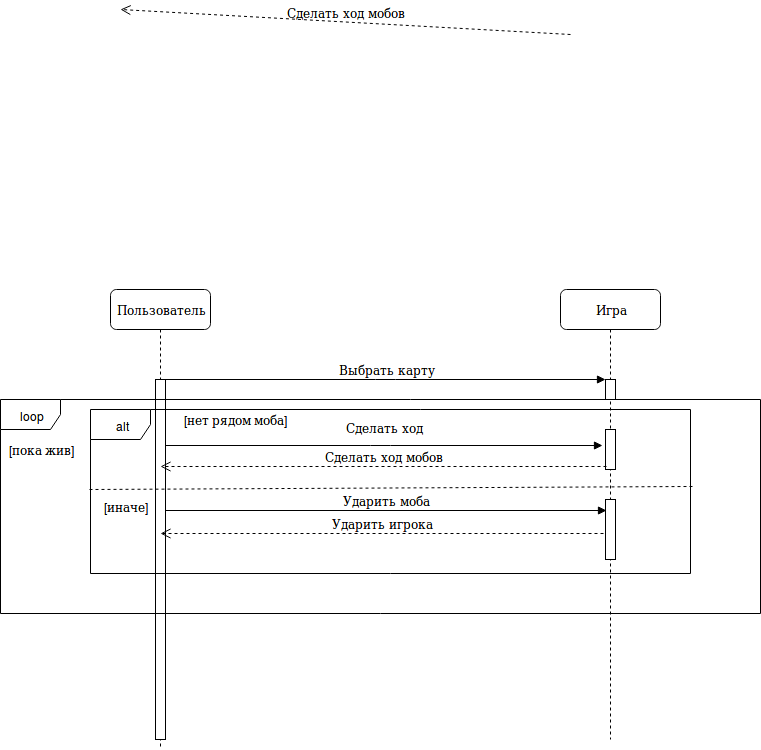
This is hw06/SequenceDiagram.png from RamSaw/SoftwareDesign, a draw.io export, as it was before one commit. Source tidied: cells renumbered, new cells last; positions are measured from the earlier drawing's top-left corner, leaving out a move shared by most shapes.
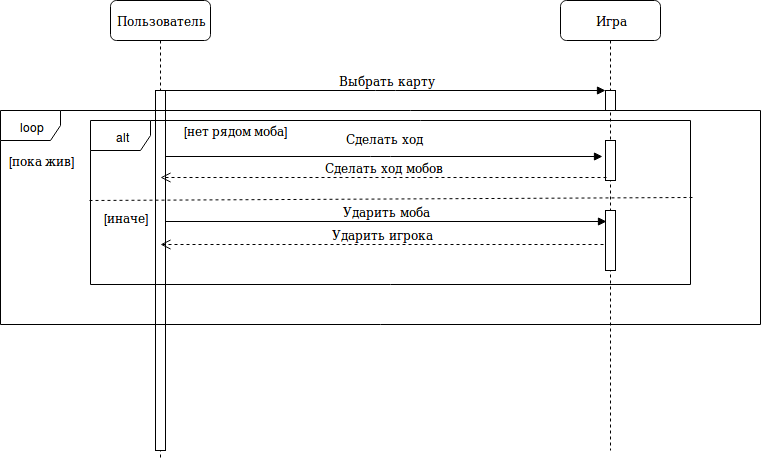
After the commit.

The edit, as a diff of the source:
```diff
@@ -23,12 +23,6 @@
     <mxCell id="8" value="Выбрать карту" style="html=1;verticalAlign=bottom;endArrow=block;entryX=0;entryY=0;labelBackgroundColor=none;fontFamily=Verdana;fontSize=12;edgeStyle=elbowEdgeStyle;elbow=vertical;" parent="1" edge="1" source="7" target="3">
       <mxGeometry relative="1" as="geometry" />
     </mxCell>
-    <mxCell id="9" value="Сделать ход мобов" style="html=1;verticalAlign=bottom;endArrow=open;dashed=1;endSize=8;labelBackgroundColor=none;fontFamily=Verdana;fontSize=12;exitX=0.5;exitY=0.85;exitDx=0;exitDy=0;exitPerimeter=0;" parent="1" edge="1">
-      <mxGeometry relative="1" as="geometry">
-        <mxPoint x="570" y="25" as="sourcePoint" />
-        <mxPoint x="120" as="targetPoint" />
-      </mxGeometry>
-    </mxCell>
     <mxCell id="10" value="Ударить моба" style="html=1;verticalAlign=bottom;endArrow=block;labelBackgroundColor=none;fontFamily=Verdana;fontSize=12;edgeStyle=elbowEdgeStyle;elbow=vertical;entryX=0.1;entryY=0.183;entryDx=0;entryDy=0;entryPerimeter=0;" parent="1" edge="1" source="7" target="5">
       <mxGeometry relative="1" as="geometry" />
     </mxCell>
```
